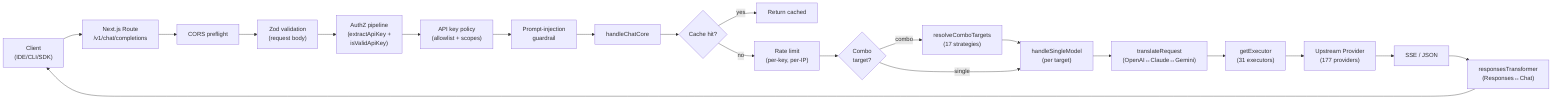
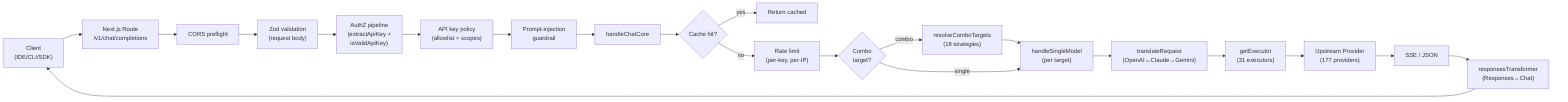
%% Request pipeline for /v1/chat/completions
%% Reflects: src/app/api/v1/chat/completions/route.ts → open-sse/handlers/chatCore.ts
%% v3.8.0
flowchart LR
  Client["Client<br/>(IDE/CLI/SDK)"] --> Route["Next.js Route<br/>/v1/chat/completions"]
  Route --> CORS["CORS preflight"]
  CORS --> Validate["Zod validation<br/>(request body)"]
  Validate --> Authz["AuthZ pipeline<br/>(extractApiKey +<br/>isValidApiKey)"]
  Authz --> Policy["API key policy<br/>(allowlist + scopes)"]
  Policy --> Guard["Prompt-injection<br/>guardrail"]
  Guard --> ChatCore["handleChatCore"]
  ChatCore --> Cache{"Cache hit?"}
  Cache -->|yes| Return["Return cached"]
  Cache -->|no| Rate["Rate limit<br/>(per-key, per-IP)"]
  Rate --> Combo{"Combo<br/>target?"}
-   Combo -->|combo| Resolve["resolveComboTargets<br/>(17 strategies)"]
+   Combo -->|combo| Resolve["resolveComboTargets<br/>(18 strategies)"]
  Resolve --> Single["handleSingleModel<br/>(per target)"]
  Combo -->|single| Single
  Single --> Translate["translateRequest<br/>(OpenAI↔Claude↔Gemini)"]
  Translate --> Exec["getExecutor<br/>(31 executors)"]
  Exec --> Upstream["Upstream Provider<br/>(177 providers)"]
  Upstream --> Stream["SSE / JSON"]
  Stream --> Transformer["responsesTransformer<br/>(Responses↔Chat)"]
  Transformer --> Client
